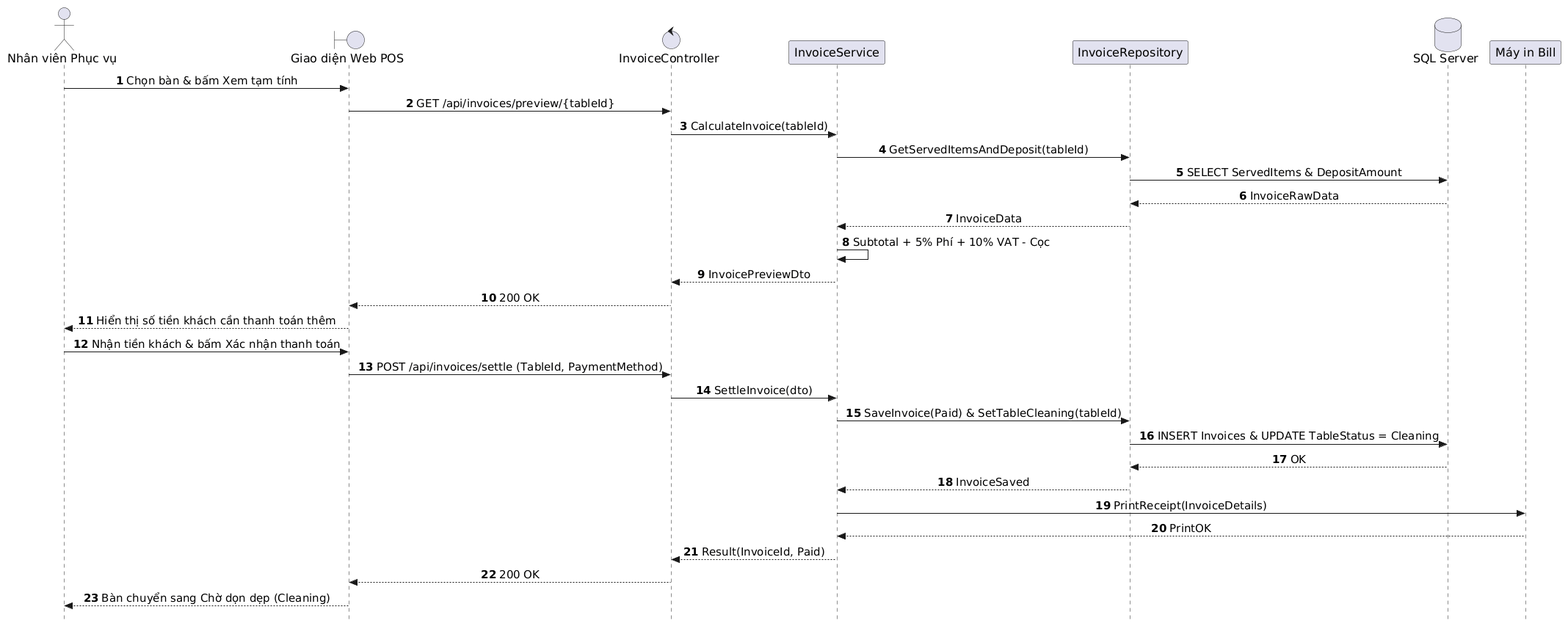
Earlier version of the PlantUML export out/docs/puml/sequences/SD_UC_E3_Settle_Invoice/SD_UC_E3_Settle_Invoice.png (AndrewQng/VinDining).
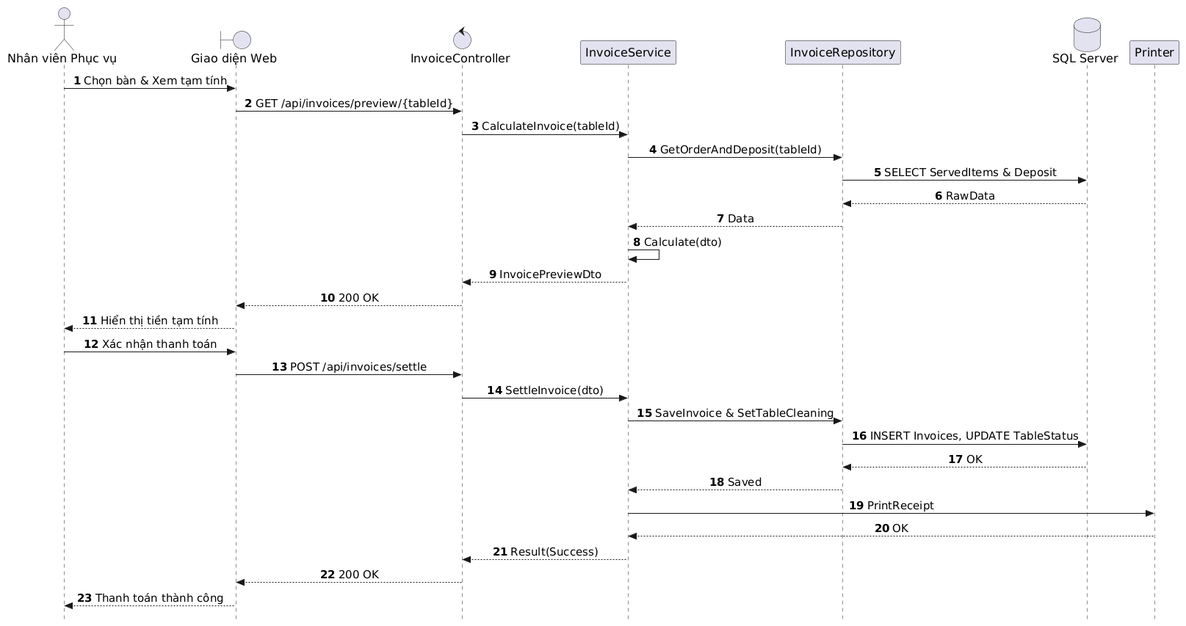
The same diagram one commit later.

What changed in the source:
```diff
@@ -12,35 +12,35 @@
 skinparam sequenceGroupHeaderFontSize 15
 
 actor "Nhân viên Phục vụ" as Waitstaff
-boundary "Giao diện Web POS" as UI
+boundary "Giao diện Web" as UI
 control "InvoiceController" as Controller
 participant "InvoiceService" as Service
 participant "InvoiceRepository" as Repo
 database "SQL Server" as DB
-participant "Máy in Bill" as Printer
+participant "Printer" as Printer
 
-Waitstaff -> UI: Chọn bàn & bấm Xem tạm tính
+Waitstaff -> UI: Chọn bàn & Xem tạm tính
 UI -> Controller: GET /api/invoices/preview/{tableId}
 Controller -> Service: CalculateInvoice(tableId)
-Service -> Repo: GetServedItemsAndDeposit(tableId)
-Repo -> DB: SELECT ServedItems & DepositAmount
-DB --> Repo: InvoiceRawData
-Repo --> Service: InvoiceData
-Service -> Service: Subtotal + 5% Phí + 10% VAT - Cọc
+Service -> Repo: GetOrderAndDeposit(tableId)
+Repo -> DB: SELECT ServedItems & Deposit
+DB --> Repo: RawData
+Repo --> Service: Data
+Service -> Service: Calculate(dto)
 Service --> Controller: InvoicePreviewDto
 Controller --> UI: 200 OK
-UI --> Waitstaff: Hiển thị số tiền khách cần thanh toán thêm
+UI --> Waitstaff: Hiển thị tiền tạm tính
 
-Waitstaff -> UI: Nhận tiền khách & bấm Xác nhận thanh toán
-UI -> Controller: POST /api/invoices/settle (TableId, PaymentMethod)
+Waitstaff -> UI: Xác nhận thanh toán
+UI -> Controller: POST /api/invoices/settle
 Controller -> Service: SettleInvoice(dto)
-Service -> Repo: SaveInvoice(Paid) & SetTableCleaning(tableId)
-Repo -> DB: INSERT Invoices & UPDATE TableStatus = Cleaning
+Service -> Repo: SaveInvoice & SetTableCleaning
+Repo -> DB: INSERT Invoices, UPDATE TableStatus
 DB --> Repo: OK
-Repo --> Service: InvoiceSaved
-Service -> Printer: PrintReceipt(InvoiceDetails)
-Printer --> Service: PrintOK
-Service --> Controller: Result(InvoiceId, Paid)
+Repo --> Service: Saved
+Service -> Printer: PrintReceipt
+Printer --> Service: OK
+Service --> Controller: Result(Success)
 Controller --> UI: 200 OK
-UI --> Waitstaff: Bàn chuyển sang Chờ dọn dẹp (Cleaning)
+UI --> Waitstaff: Thanh toán thành công
 @enduml
```
